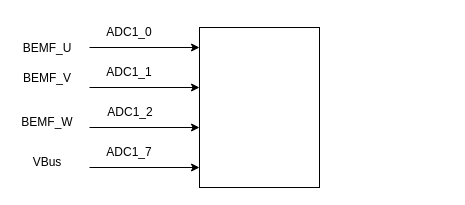
Vinson-001/Blog-flow-chart keeps this draw.io diagram as BLDC&FoC 方案.drawio. Above is the earlier version. Source tidied: cells renumbered, new cells numbered last; positions are measured from the earlier drawing's top-left corner, leaving out a move shared by most shapes. Both pictures are drawn from the tidied source at 100%, with x=0, y=0 at pixel (17, 17).
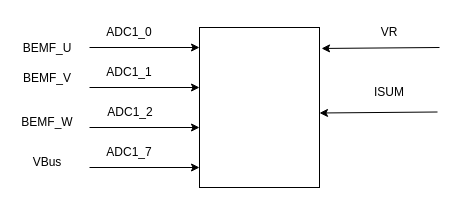
The same page after the edit.

Unchanged cells that the change refers to:
```xml
<mxCell id="2" style="rounded=0;whiteSpace=wrap;html=1;" parent="1" vertex="1">
  <mxGeometry x="182" y="10" width="120" height="160" as="geometry" />
</mxCell>
```

Diff of the diagram source:
```diff
@@
+    <mxCell id="15" style="endArrow=classic;html=1;rounded=0;entryX=1.017;entryY=0.131;entryDx=0;entryDy=0;entryPerimeter=0;" parent="1" edge="1" target="2">
+      <mxGeometry relative="1" as="geometry">
+        <mxPoint x="422" y="30" as="sourcePoint" />
+      </mxGeometry>
+    </mxCell>
+    <mxCell id="16" value="VR" style="text;html=1;whiteSpace=wrap;strokeColor=none;fillColor=none;align=center;verticalAlign=middle;rounded=0;" parent="1" vertex="1">
+      <mxGeometry x="342" width="60" height="30" as="geometry" />
+    </mxCell>
+    <mxCell id="17" style="endArrow=classic;html=1;rounded=0;entryX=1.017;entryY=0.131;entryDx=0;entryDy=0;entryPerimeter=0;" parent="1" edge="1">
+      <mxGeometry relative="1" as="geometry">
+        <mxPoint x="420" y="94.5" as="sourcePoint" />
+        <mxPoint x="302" y="95.5" as="targetPoint" />
+      </mxGeometry>
+    </mxCell>
+    <mxCell id="18" value="ISUM" style="text;html=1;whiteSpace=wrap;strokeColor=none;fillColor=none;align=center;verticalAlign=middle;rounded=0;" parent="1" vertex="1">
+      <mxGeometry x="342" y="60" width="60" height="30" as="geometry" />
+    </mxCell>
```
